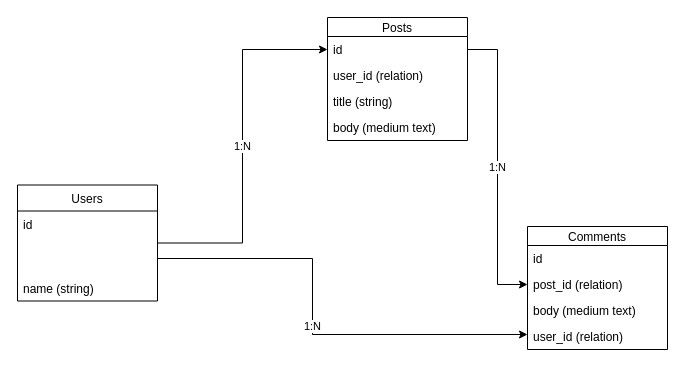
acadea/laravel_site_wide_search keeps this draw.io diagram as docs/sitewide-search.drawio. Above is the earlier version. Source tidied: cells renumbered, new cells numbered last; positions are measured from the earlier drawing's top-left corner, leaving out a move shared by most shapes. Both pictures are drawn from the tidied source at 100%, with x=0, y=0 at pixel (17, 17).
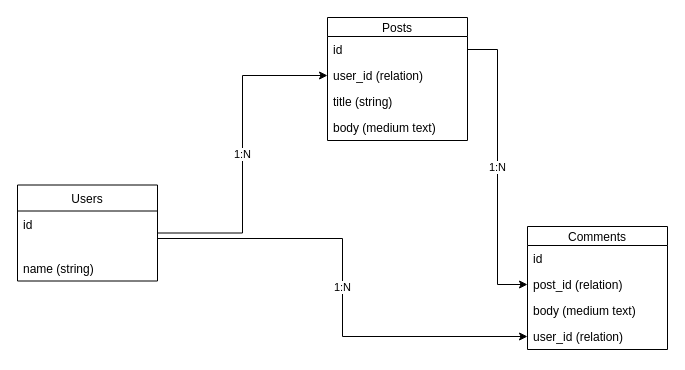
The same page after the edit.

What changed in the source:
```diff
@@
 <mxGraphModel>
   <root>
     <mxCell id="0" />
     <mxCell id="1" parent="0" />
     <mxCell id="2" value="Users" style="swimlane;fontStyle=0;horizontal=1;startSize=26;fillColor=none;" parent="1" vertex="1">
-      <mxGeometry y="167.5" width="140" height="116" as="geometry" />
+      <mxGeometry y="167.5" width="140" height="96" as="geometry" />
     </mxCell>
     <mxCell id="3" value="id" style="text;strokeColor=none;fillColor=none;align=left;verticalAlign=top;spacingLeft=4;spacingRight=4;overflow=hidden;points=[[0,0.5],[1,0.5]];portConstraint=eastwest;" parent="2" vertex="1">
-      <mxGeometry y="26" width="140" height="64" as="geometry" />
+      <mxGeometry y="26" width="140" height="44" as="geometry" />
     </mxCell>
     <mxCell id="4" value="name (string)" style="text;strokeColor=none;fillColor=none;align=left;verticalAlign=top;spacingLeft=4;spacingRight=4;overflow=hidden;" parent="2" vertex="1">
-      <mxGeometry y="90" width="140" height="26" as="geometry" />
+      <mxGeometry y="70" width="140" height="26" as="geometry" />
     </mxCell>
     <mxCell id="5" value="Posts" style="swimlane;fontStyle=0;horizontal=1;startSize=19;fillColor=none;" parent="1" vertex="1">
       <mxGeometry x="310" width="140" height="123" as="geometry" />
     </mxCell>
     <mxCell id="6" value="id" style="text;strokeColor=none;fillColor=none;align=left;verticalAlign=top;spacingLeft=4;spacingRight=4;overflow=hidden;points=[[0,0.5],[1,0.5]];portConstraint=eastwest;" parent="5" vertex="1">
       <mxGeometry y="19" width="140" height="26" as="geometry" />
     </mxCell>
     <mxCell id="7" value="user_id (relation)" style="text;strokeColor=none;fillColor=none;align=left;verticalAlign=top;spacingLeft=4;spacingRight=4;overflow=hidden;points=[[0,0.5],[1,0.5]];portConstraint=eastwest;" parent="5" vertex="1">
       <mxGeometry y="45" width="140" height="26" as="geometry" />
     </mxCell>
     <mxCell id="8" value="title (string)" style="text;strokeColor=none;fillColor=none;align=left;verticalAlign=top;spacingLeft=4;spacingRight=4;overflow=hidden;" parent="5" vertex="1">
       <mxGeometry y="71" width="140" height="26" as="geometry" />
     </mxCell>
     <mxCell id="9" value="body (medium text)" style="text;strokeColor=none;fillColor=none;align=left;verticalAlign=top;spacingLeft=4;spacingRight=4;overflow=hidden;" parent="5" vertex="1">
       <mxGeometry y="97" width="140" height="26" as="geometry" />
     </mxCell>
-    <mxCell id="10" value="1:N" style="edgeStyle=orthogonalEdgeStyle;rounded=0;jettySize=auto;html=1;" parent="1" edge="1" source="3" target="6">
+    <mxCell id="10" value="1:N" style="edgeStyle=orthogonalEdgeStyle;rounded=0;jettySize=auto;html=1;" parent="1" edge="1" source="3" target="7">
       <mxGeometry relative="1" as="geometry" />
     </mxCell>
     <mxCell id="11" value="Comments" style="swimlane;fontStyle=0;horizontal=1;startSize=19;fillColor=none;" parent="1" vertex="1">
       <mxGeometry x="510" y="209" width="140" height="123" as="geometry" />
     </mxCell>
     <mxCell id="12" value="id" style="text;strokeColor=none;fillColor=none;align=left;verticalAlign=top;spacingLeft=4;spacingRight=4;overflow=hidden;" parent="11" vertex="1">
       <mxGeometry y="19" width="140" height="26" as="geometry" />
     </mxCell>
     <mxCell id="13" value="post_id (relation)" style="text;strokeColor=none;fillColor=none;align=left;verticalAlign=top;spacingLeft=4;spacingRight=4;overflow=hidden;points=[[0,0.5],[1,0.5]];portConstraint=eastwest;" parent="11" vertex="1">
       <mxGeometry y="45" width="140" height="26" as="geometry" />
     </mxCell>
     <mxCell id="14" value="body (medium text)" style="text;strokeColor=none;fillColor=none;align=left;verticalAlign=top;spacingLeft=4;spacingRight=4;overflow=hidden;" parent="11" vertex="1">
       <mxGeometry y="71" width="140" height="26" as="geometry" />
     </mxCell>
     <mxCell id="15" value="user_id (relation)" style="text;strokeColor=none;fillColor=none;align=left;verticalAlign=top;spacingLeft=4;spacingRight=4;overflow=hidden;points=[[0,0.5],[1,0.5]];portConstraint=eastwest;" parent="11" vertex="1">
       <mxGeometry y="97" width="140" height="26" as="geometry" />
     </mxCell>
     <mxCell id="16" value="1:N" style="edgeStyle=orthogonalEdgeStyle;rounded=0;jettySize=auto;html=1;" parent="1" edge="1" source="6" target="13">
       <mxGeometry relative="1" as="geometry" />
     </mxCell>
     <mxCell id="17" value="1:N" style="edgeStyle=orthogonalEdgeStyle;rounded=0;jettySize=auto;html=1;" parent="1" edge="1" source="3" target="15">
       <mxGeometry relative="1" as="geometry">
         <Array as="points">
-          <mxPoint x="295" y="241" />
-          <mxPoint x="295" y="317" />
+          <mxPoint x="325" y="221" />
+          <mxPoint x="325" y="319" />
         </Array>
       </mxGeometry>
     </mxCell>
   </root>
 </mxGraphModel>
```
